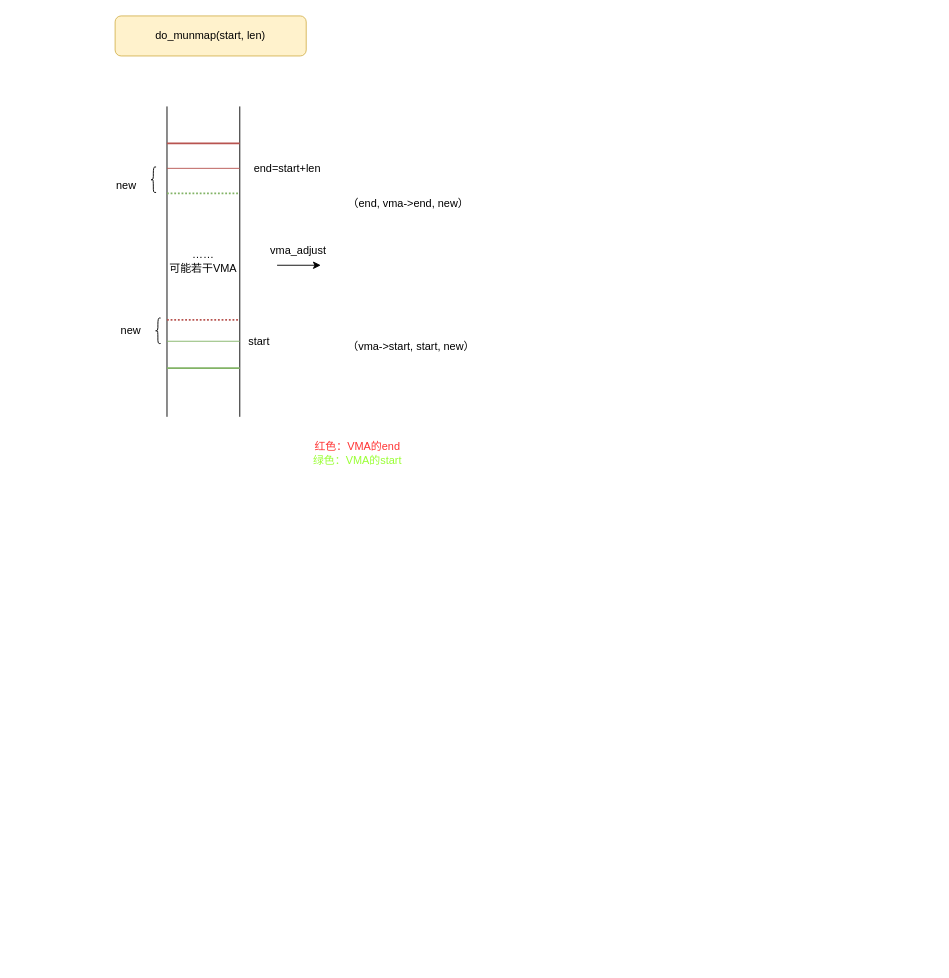
Above: brk相关.drawio in xiong-19/draw.io (draw.io), before the change. Source tidied: cells renumbered, new cells numbered last; positions are measured from the earlier drawing's top-left corner, leaving out a move shared by most shapes. Both pictures are drawn from the tidied source at 91%, with x=0, y=0 at pixel (107, 15).
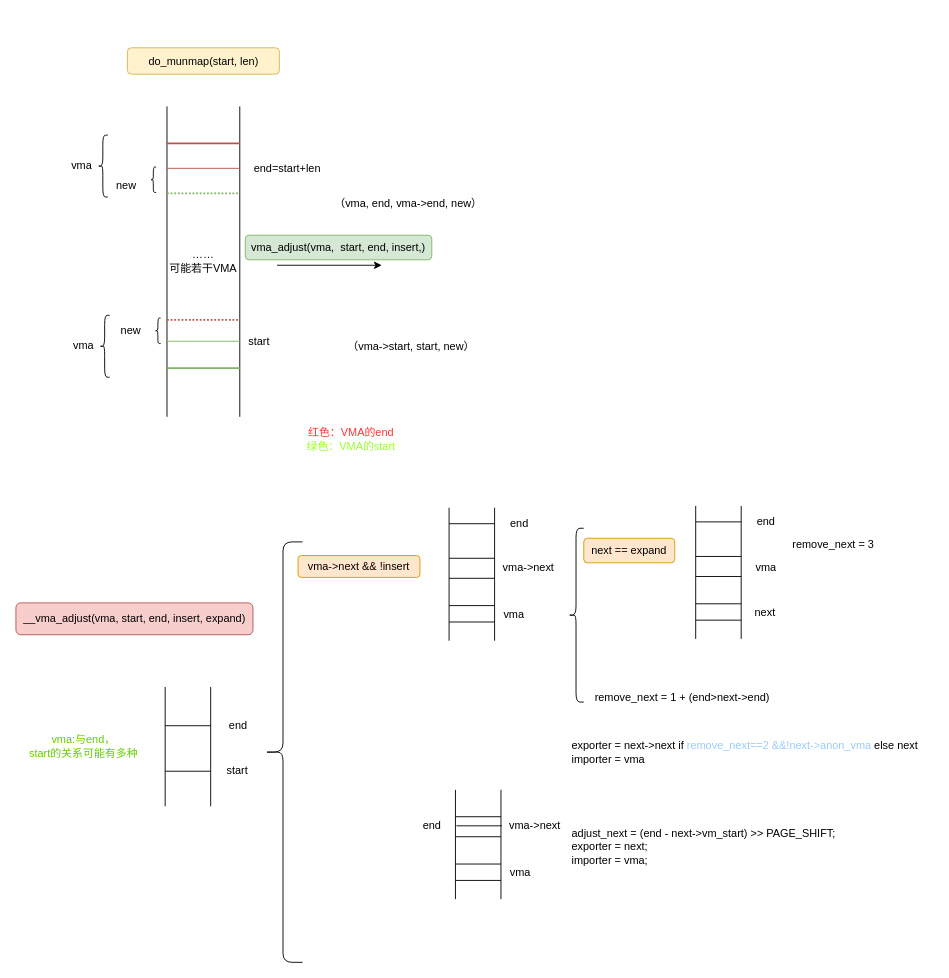
Above is the later version.

What changed in the source:
```diff
@@
     <mxCell id="15" style="endArrow=classic;html=1;rounded=0;" parent="1" edge="1">
       <mxGeometry relative="1" as="geometry">
         <mxPoint x="186" y="274" as="sourcePoint" />
-        <mxPoint x="234" y="274" as="targetPoint" />
+        <mxPoint x="301" y="274" as="targetPoint" />
       </mxGeometry>
     </mxCell>
-    <mxCell id="16" value="（end, vma-&amp;gt;end, new）" style="text;html=1;align=center;verticalAlign=middle;strokeColor=none;fillColor=none;" parent="1" vertex="1">
-      <mxGeometry x="254" y="194" width="151" height="26" as="geometry" />
+    <mxCell id="16" value="（vma, end, vma-&amp;gt;end, new）" style="text;html=1;align=center;verticalAlign=middle;strokeColor=none;fillColor=none;" parent="1" vertex="1">
+      <mxGeometry x="240" y="194" width="180" height="26" as="geometry" />
     </mxCell>
-    <mxCell id="17" value="vma_adjust" style="text;html=1;align=center;verticalAlign=middle;strokeColor=none;fillColor=none;" parent="1" vertex="1">
-      <mxGeometry x="169" y="245" width="79" height="26" as="geometry" />
-    </mxCell>
@@
     <mxCell id="19" value="&lt;font color=&quot;#ff3333&quot;&gt;红色：VMA的end&lt;/font&gt;&lt;div&gt;&lt;font color=&quot;#99ff33&quot;&gt;绿色：VMA的start&lt;/font&gt;&lt;/div&gt;" style="text;html=1;align=center;verticalAlign=middle;strokeColor=none;fillColor=none;" parent="1" vertex="1">
-      <mxGeometry x="216" y="460" width="115" height="41" as="geometry" />
+      <mxGeometry x="209" y="444" width="115" height="41" as="geometry" />
     </mxCell>
     <mxCell id="20" value="do_munmap(start, len)" style="rounded=1;whiteSpace=wrap;html=1;fillColor=#fff2cc;strokeColor=#d6b656;" parent="1" vertex="1">
-      <mxGeometry x="8" width="210" height="44" as="geometry" />
+      <mxGeometry x="21.5" y="35" width="167" height="29" as="geometry" />
     </mxCell>
+    <mxCell id="21" style="shape=partialRectangle;whiteSpace=wrap;html=1;bottom=0;top=0;fillColor=none;" parent="1" vertex="1">
+      <mxGeometry x="63" y="738" width="50" height="130" as="geometry" />
+    </mxCell>
+    <mxCell id="22" value="vma_adjust(vma,&amp;nbsp; start, end, insert,)" style="rounded=1;whiteSpace=wrap;html=1;fillColor=#d5e8d4;strokeColor=#82b366;" parent="1" vertex="1">
+      <mxGeometry x="151" y="241" width="205" height="27" as="geometry" />
+    </mxCell>
+    <mxCell id="23" style="shape=curlyBracket;whiteSpace=wrap;html=1;rounded=1;labelPosition=left;verticalLabelPosition=middle;align=right;verticalAlign=middle;" parent="1" vertex="1">
+      <mxGeometry x="-11" y="131" width="11" height="68" as="geometry" />
+    </mxCell>
+    <mxCell id="24" value="vma" style="text;html=1;align=center;verticalAlign=middle;strokeColor=none;fillColor=none;" parent="1" vertex="1">
+      <mxGeometry x="-50" y="152" width="41" height="26" as="geometry" />
+    </mxCell>
+    <mxCell id="25" style="shape=curlyBracket;whiteSpace=wrap;html=1;rounded=1;labelPosition=left;verticalLabelPosition=middle;align=right;verticalAlign=middle;" parent="1" vertex="1">
+      <mxGeometry x="-9" y="329" width="11" height="68" as="geometry" />
+    </mxCell>
+    <mxCell id="26" value="vma" style="text;html=1;align=center;verticalAlign=middle;strokeColor=none;fillColor=none;" parent="1" vertex="1">
+      <mxGeometry x="-48" y="350" width="41" height="26" as="geometry" />
+    </mxCell>
+    <mxCell id="27" style="line;strokeWidth=1;html=1;perimeterSpacing=1;" parent="1" vertex="1">
+      <mxGeometry x="63" y="775" width="50" height="10" as="geometry" />
+    </mxCell>
+    <mxCell id="28" style="line;strokeWidth=1;html=1;perimeterSpacing=1;" parent="1" vertex="1">
+      <mxGeometry x="63" y="825" width="50" height="10" as="geometry" />
+    </mxCell>
+    <mxCell id="29" value="start" style="text;html=1;align=center;verticalAlign=middle;strokeColor=none;fillColor=none;" parent="1" vertex="1">
+      <mxGeometry x="121" y="817" width="41" height="26" as="geometry" />
+    </mxCell>
+    <mxCell id="30" value="end" style="text;html=1;align=center;verticalAlign=middle;strokeColor=none;fillColor=none;" parent="1" vertex="1">
+      <mxGeometry x="124" y="767" width="38" height="26" as="geometry" />
+    </mxCell>
+    <mxCell id="31" style="shape=curlyBracket;whiteSpace=wrap;html=1;rounded=1;labelPosition=left;verticalLabelPosition=middle;align=right;verticalAlign=middle;" parent="1" vertex="1">
+      <mxGeometry x="171" y="578" width="43" height="462" as="geometry" />
+    </mxCell>
+    <mxCell id="32" value="vma-&amp;gt;next &amp;amp;&amp;amp; !insert" style="rounded=1;whiteSpace=wrap;html=1;fillColor=#ffe6cc;strokeColor=#d79b00;" parent="1" vertex="1">
+      <mxGeometry x="209" y="593" width="134" height="24" as="geometry" />
+    </mxCell>
+    <mxCell id="33" value="&lt;font color=&quot;#66cc00&quot;&gt;vma:与end，&lt;/font&gt;&lt;div&gt;&lt;font color=&quot;#66cc00&quot;&gt;start的关系可能有多种&lt;/font&gt;&lt;/div&gt;" style="text;html=1;align=center;verticalAlign=middle;strokeColor=none;fillColor=none;" parent="1" vertex="1">
+      <mxGeometry x="-96" y="782.5" width="137" height="41" as="geometry" />
+    </mxCell>
+    <mxCell id="34" value="__vma_adjust(vma, start, end, insert, expand)" style="rounded=1;whiteSpace=wrap;html=1;fillColor=#f8cecc;strokeColor=#b85450;" parent="1" vertex="1">
+      <mxGeometry x="-101" y="645" width="260.5" height="35" as="geometry" />
+    </mxCell>
+    <mxCell id="35" style="shape=partialRectangle;whiteSpace=wrap;html=1;bottom=0;top=0;fillColor=none;" parent="1" vertex="1">
+      <mxGeometry x="375" y="541" width="50" height="145" as="geometry" />
+    </mxCell>
+    <mxCell id="36" style="line;strokeWidth=1;html=1;perimeterSpacing=1;" parent="1" vertex="1">
+      <mxGeometry x="375" y="553" width="50" height="10" as="geometry" />
+    </mxCell>
+    <mxCell id="37" style="line;strokeWidth=1;html=1;perimeterSpacing=1;" parent="1" vertex="1">
+      <mxGeometry x="375" y="591" width="50" height="10" as="geometry" />
+    </mxCell>
+    <mxCell id="38" value="end" style="text;html=1;align=center;verticalAlign=middle;strokeColor=none;fillColor=none;" parent="1" vertex="1">
+      <mxGeometry x="433" y="545" width="38" height="26" as="geometry" />
+    </mxCell>
+    <mxCell id="39" style="line;strokeWidth=1;html=1;perimeterSpacing=1;" parent="1" vertex="1">
+      <mxGeometry x="375" y="613" width="50" height="10" as="geometry" />
+    </mxCell>
+    <mxCell id="40" style="line;strokeWidth=1;html=1;perimeterSpacing=1;" parent="1" vertex="1">
+      <mxGeometry x="375" y="643" width="50" height="10" as="geometry" />
+    </mxCell>
+    <mxCell id="41" style="line;strokeWidth=1;html=1;perimeterSpacing=1;" parent="1" vertex="1">
+      <mxGeometry x="375" y="661" width="50" height="10" as="geometry" />
+    </mxCell>
+    <mxCell id="42" value="vma" style="text;html=1;align=center;verticalAlign=middle;strokeColor=none;fillColor=none;" parent="1" vertex="1">
+      <mxGeometry x="425" y="645" width="41" height="26" as="geometry" />
+    </mxCell>
+    <mxCell id="43" value="vma-&amp;gt;next" style="text;html=1;align=center;verticalAlign=middle;strokeColor=none;fillColor=none;" parent="1" vertex="1">
+      <mxGeometry x="425" y="593" width="74" height="26" as="geometry" />
+    </mxCell>
+    <mxCell id="44" value="next == expand" style="rounded=1;whiteSpace=wrap;html=1;fillColor=#ffe6cc;strokeColor=#d79b00;" parent="1" vertex="1">
+      <mxGeometry x="523" y="574" width="100" height="27" as="geometry" />
+    </mxCell>
+    <mxCell id="45" style="shape=partialRectangle;whiteSpace=wrap;html=1;bottom=0;top=0;fillColor=none;" parent="1" vertex="1">
+      <mxGeometry x="646" y="539" width="50" height="145" as="geometry" />
+    </mxCell>
+    <mxCell id="46" style="line;strokeWidth=1;html=1;perimeterSpacing=1;" parent="1" vertex="1">
+      <mxGeometry x="646" y="551" width="50" height="10" as="geometry" />
+    </mxCell>
+    <mxCell id="47" style="line;strokeWidth=1;html=1;perimeterSpacing=1;" parent="1" vertex="1">
+      <mxGeometry x="646" y="589" width="50" height="10" as="geometry" />
+    </mxCell>
+    <mxCell id="48" value="end" style="text;html=1;align=center;verticalAlign=middle;strokeColor=none;fillColor=none;" parent="1" vertex="1">
+      <mxGeometry x="704" y="543" width="38" height="26" as="geometry" />
+    </mxCell>
+    <mxCell id="49" style="line;strokeWidth=1;html=1;perimeterSpacing=1;" parent="1" vertex="1">
+      <mxGeometry x="646" y="611" width="50" height="10" as="geometry" />
+    </mxCell>
+    <mxCell id="50" style="line;strokeWidth=1;html=1;perimeterSpacing=1;" parent="1" vertex="1">
+      <mxGeometry x="646" y="641" width="50" height="10" as="geometry" />
+    </mxCell>
+    <mxCell id="51" style="line;strokeWidth=1;html=1;perimeterSpacing=1;" parent="1" vertex="1">
+      <mxGeometry x="646" y="659" width="50" height="10" as="geometry" />
+    </mxCell>
+    <mxCell id="52" value="next" style="text;html=1;align=center;verticalAlign=middle;strokeColor=none;fillColor=none;" parent="1" vertex="1">
+      <mxGeometry x="701" y="643" width="41" height="26" as="geometry" />
+    </mxCell>
+    <mxCell id="53" value="vma" style="text;html=1;align=center;verticalAlign=middle;strokeColor=none;fillColor=none;" parent="1" vertex="1">
+      <mxGeometry x="702.5" y="593" width="41" height="26" as="geometry" />
+    </mxCell>
+    <mxCell id="54" value="remove_next = 3" style="text;html=1;align=center;verticalAlign=middle;strokeColor=none;fillColor=none;" parent="1" vertex="1">
+      <mxGeometry x="743" y="568" width="108" height="26" as="geometry" />
+    </mxCell>
+    <mxCell id="55" style="shape=curlyBracket;whiteSpace=wrap;html=1;rounded=1;labelPosition=left;verticalLabelPosition=middle;align=right;verticalAlign=middle;" parent="1" vertex="1">
+      <mxGeometry x="506" y="563" width="17" height="191" as="geometry" />
+    </mxCell>
+    <mxCell id="56" value="remove_next = 1 + (end&amp;gt;next-&amp;gt;end)" style="text;html=1;align=center;verticalAlign=middle;strokeColor=none;fillColor=none;" parent="1" vertex="1">
+      <mxGeometry x="526" y="736" width="210" height="26" as="geometry" />
+    </mxCell>
+    <mxCell id="57" value="exporter = next-&amp;gt;next if&lt;font color=&quot;#99ccff&quot;&gt; remove_next==2 &amp;amp;&amp;amp;!next-&amp;gt;anon_vma&lt;/font&gt; else next&lt;div&gt;importer = vma&lt;/div&gt;" style="text;html=1;align=left;verticalAlign=middle;strokeColor=none;fillColor=none;" parent="1" vertex="1">
+      <mxGeometry x="508" y="788.5" width="399" height="41" as="geometry" />
+    </mxCell>
+    <mxCell id="58" style="shape=partialRectangle;whiteSpace=wrap;html=1;bottom=0;top=0;fillColor=none;" parent="1" vertex="1">
+      <mxGeometry x="382" y="851" width="50" height="119" as="geometry" />
+    </mxCell>
+    <mxCell id="59" style="line;strokeWidth=1;html=1;perimeterSpacing=1;" parent="1" vertex="1">
+      <mxGeometry x="383" y="885" width="50" height="10" as="geometry" />
+    </mxCell>
+    <mxCell id="60" style="line;strokeWidth=1;html=1;perimeterSpacing=1;" parent="1" vertex="1">
+      <mxGeometry x="382" y="875" width="50" height="10" as="geometry" />
+    </mxCell>
+    <mxCell id="61" value="end" style="text;html=1;align=center;verticalAlign=middle;strokeColor=none;fillColor=none;" parent="1" vertex="1">
+      <mxGeometry x="337" y="877" width="38" height="26" as="geometry" />
+    </mxCell>
+    <mxCell id="62" style="line;strokeWidth=1;html=1;perimeterSpacing=1;" parent="1" vertex="1">
+      <mxGeometry x="382" y="897" width="50" height="10" as="geometry" />
+    </mxCell>
+    <mxCell id="63" style="line;strokeWidth=1;html=1;perimeterSpacing=1;" parent="1" vertex="1">
+      <mxGeometry x="382" y="927" width="50" height="10" as="geometry" />
+    </mxCell>
+    <mxCell id="64" style="line;strokeWidth=1;html=1;perimeterSpacing=1;" parent="1" vertex="1">
+      <mxGeometry x="382" y="945" width="50" height="10" as="geometry" />
+    </mxCell>
+    <mxCell id="65" value="vma" style="text;html=1;align=center;verticalAlign=middle;strokeColor=none;fillColor=none;" parent="1" vertex="1">
+      <mxGeometry x="432" y="929" width="41" height="26" as="geometry" />
+    </mxCell>
+    <mxCell id="66" value="vma-&amp;gt;next" style="text;html=1;align=center;verticalAlign=middle;strokeColor=none;fillColor=none;" parent="1" vertex="1">
+      <mxGeometry x="432" y="877" width="74" height="26" as="geometry" />
+    </mxCell>
+    <mxCell id="67" value="adjust_next = (end - next-&gt;vm_start) &gt;&gt; PAGE_SHIFT;&#10;exporter = next;&#10;importer = vma;" style="text;whiteSpace=wrap;align=left;" parent="1" vertex="1">
+      <mxGeometry x="508" y="885" width="318" height="62" as="geometry" />
+    </mxCell>
```
